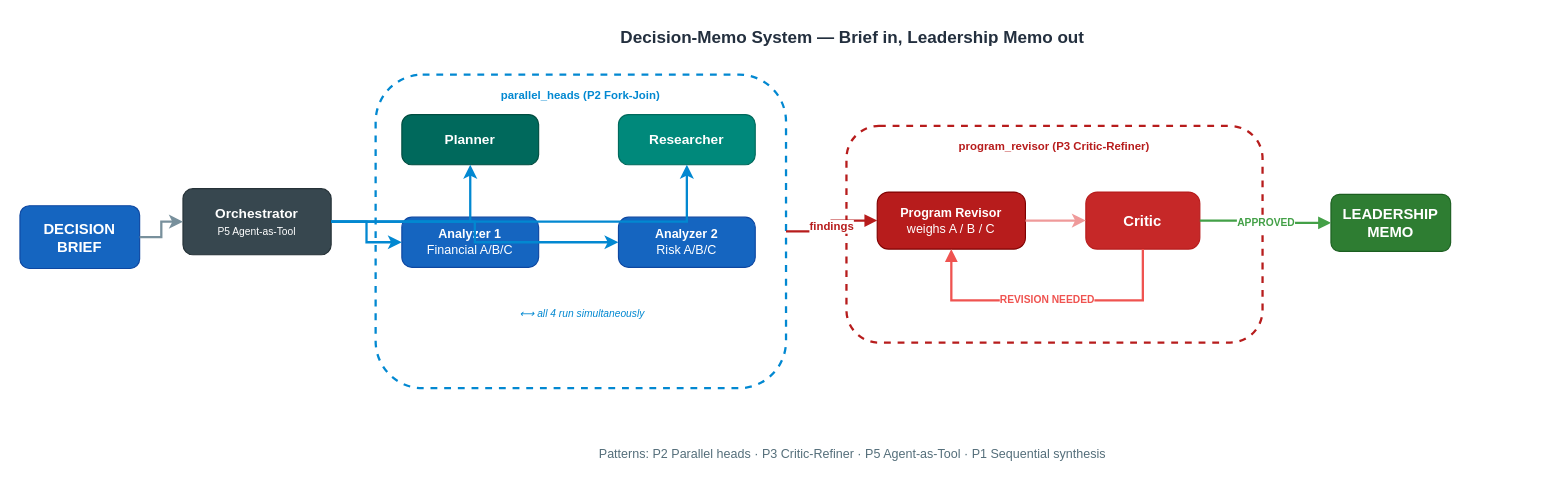
Before: samples/08-capstone/architecture.drawio in aws-samples/sample-multi-agent-systems-with-strands-workshop, a draw.io diagram. Source tidied: cells renumbered, new cells numbered last; positions are measured from the earlier drawing's top-left corner, leaving out a move shared by most shapes. Both pictures are drawn from the tidied source at 114%, with x=0, y=0 at pixel (19, 19).
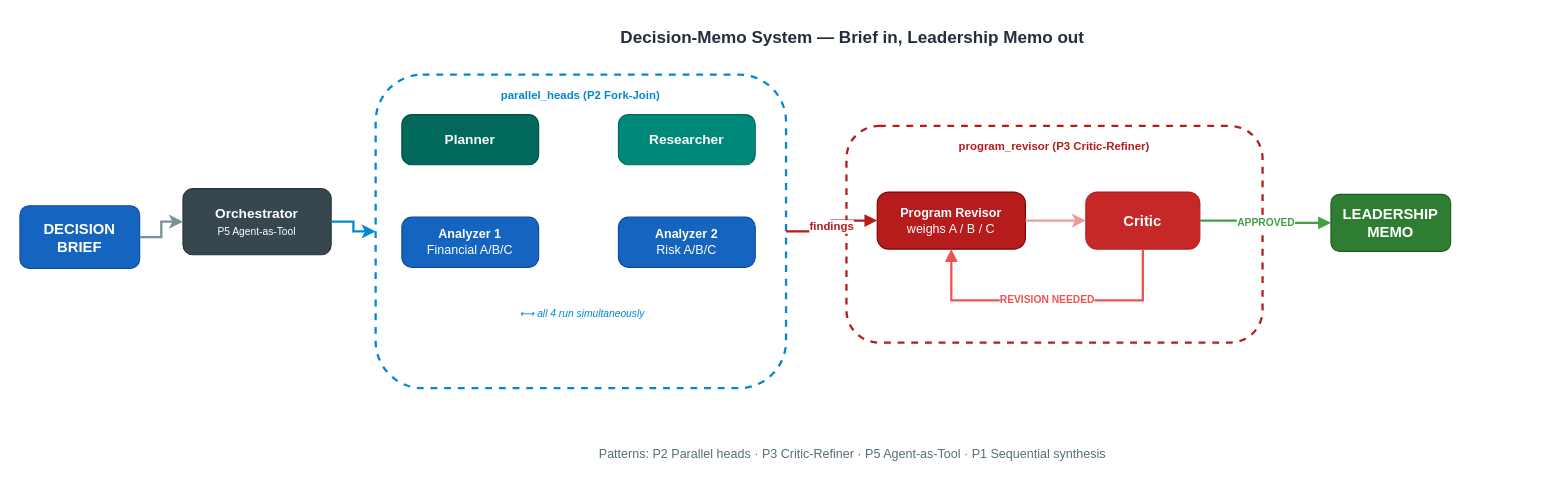
The same diagram, later.

Commit message (it also covers changes not shown here):
Fix diagrams: 06 clean fan-out layout, remove duplicate images from READMEs, clean 08 arrows

The change refers to these unchanged cells:
```xml
<mxCell id="4" value="&lt;b&gt;Orchestrator&lt;/b&gt;&lt;br&gt;&lt;font style=&quot;font-size:9px&quot;&gt;P5 Agent-as-Tool&lt;/font&gt;" style="rounded=1;whiteSpace=wrap;html=1;fillColor=#37474F;strokeColor=#263238;fontColor=#ffffff;fontSize=12;arcSize=15;" parent="1" vertex="1">
  <mxGeometry x="143" y="148" width="130" height="58" as="geometry" />
</mxCell>
<mxCell id="5" value="parallel_heads  (P2 Fork-Join)" style="rounded=1;whiteSpace=wrap;html=1;fillColor=none;strokeColor=#0288D1;strokeWidth=2;dashed=1;fontSize=10;fontStyle=1;fontColor=#0288D1;verticalAlign=top;align=center;spacingTop=6;" parent="1" vertex="1">
  <mxGeometry x="312" y="48" width="360" height="275" as="geometry" />
</mxCell>
<mxCell id="6" value="&lt;b&gt;Planner&lt;/b&gt;" style="rounded=1;whiteSpace=wrap;html=1;fillColor=#00695C;strokeColor=#004D40;fontColor=#ffffff;fontSize=12;arcSize=20;" parent="1" vertex="1">
  <mxGeometry x="335" y="83" width="120" height="44" as="geometry" />
</mxCell>
<mxCell id="7" value="&lt;b&gt;Researcher&lt;/b&gt;" style="rounded=1;whiteSpace=wrap;html=1;fillColor=#00897B;strokeColor=#00695C;fontColor=#ffffff;fontSize=12;arcSize=20;" parent="1" vertex="1">
  <mxGeometry x="525" y="83" width="120" height="44" as="geometry" />
</mxCell>
<mxCell id="8" value="&lt;b&gt;Analyzer 1&lt;/b&gt;&lt;br&gt;Financial A/B/C" style="rounded=1;whiteSpace=wrap;html=1;fillColor=#1565C0;strokeColor=#0D47A1;fontColor=#ffffff;fontSize=11;arcSize=20;" parent="1" vertex="1">
  <mxGeometry x="335" y="173" width="120" height="44" as="geometry" />
</mxCell>
<mxCell id="9" value="&lt;b&gt;Analyzer 2&lt;/b&gt;&lt;br&gt;Risk A/B/C" style="rounded=1;whiteSpace=wrap;html=1;fillColor=#1565C0;strokeColor=#0D47A1;fontColor=#ffffff;fontSize=11;arcSize=20;" parent="1" vertex="1">
  <mxGeometry x="525" y="173" width="120" height="44" as="geometry" />
</mxCell>
```

What changed in the source:
```diff
@@
-    <mxCell id="19" style="edgeStyle=orthogonalEdgeStyle;rounded=0;html=1;flowAnimation=1;strokeColor=#0288D1;strokeWidth=2;" parent="1" edge="1" source="4" target="6">
-      <mxGeometry relative="1" as="geometry" />
-    </mxCell>
-    <mxCell id="20" style="edgeStyle=orthogonalEdgeStyle;rounded=0;html=1;flowAnimation=1;strokeColor=#0288D1;strokeWidth=2;" parent="1" edge="1" source="4" target="7">
-      <mxGeometry relative="1" as="geometry" />
-    </mxCell>
-    <mxCell id="21" style="edgeStyle=orthogonalEdgeStyle;rounded=0;html=1;flowAnimation=1;strokeColor=#0288D1;strokeWidth=2;" parent="1" edge="1" source="4" target="8">
-      <mxGeometry relative="1" as="geometry" />
-    </mxCell>
-    <mxCell id="22" style="edgeStyle=orthogonalEdgeStyle;rounded=0;html=1;flowAnimation=1;strokeColor=#0288D1;strokeWidth=2;" parent="1" edge="1" source="4" target="9">
-      <mxGeometry relative="1" as="geometry" />
-    </mxCell>
@@
+    <mxCell id="25" style="edgeStyle=orthogonalEdgeStyle;rounded=0;html=1;flowAnimation=1;strokeColor=#0288D1;strokeWidth=2;exitX=1;exitY=0.5;exitDx=0;exitDy=0;entryX=0;entryY=0.5;entryDx=0;entryDy=0;" parent="1" edge="1" source="4" target="5">
+      <mxGeometry relative="1" as="geometry" />
+    </mxCell>
```
